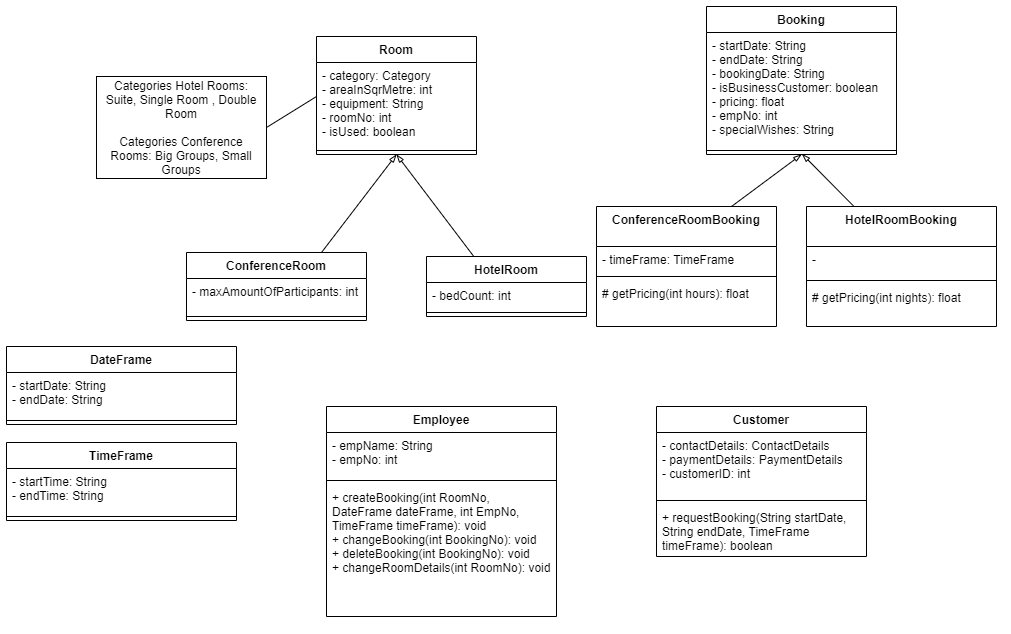
This is Meeting_Protocols/Projekt_Klassenübersicht.png from fh-erfurt/Businesshotel-Roommanager, a draw.io export, as it was before one commit. Source tidied: cells renumbered, new cells last; positions are measured from the earlier drawing's top-left corner, leaving out a move shared by most shapes.
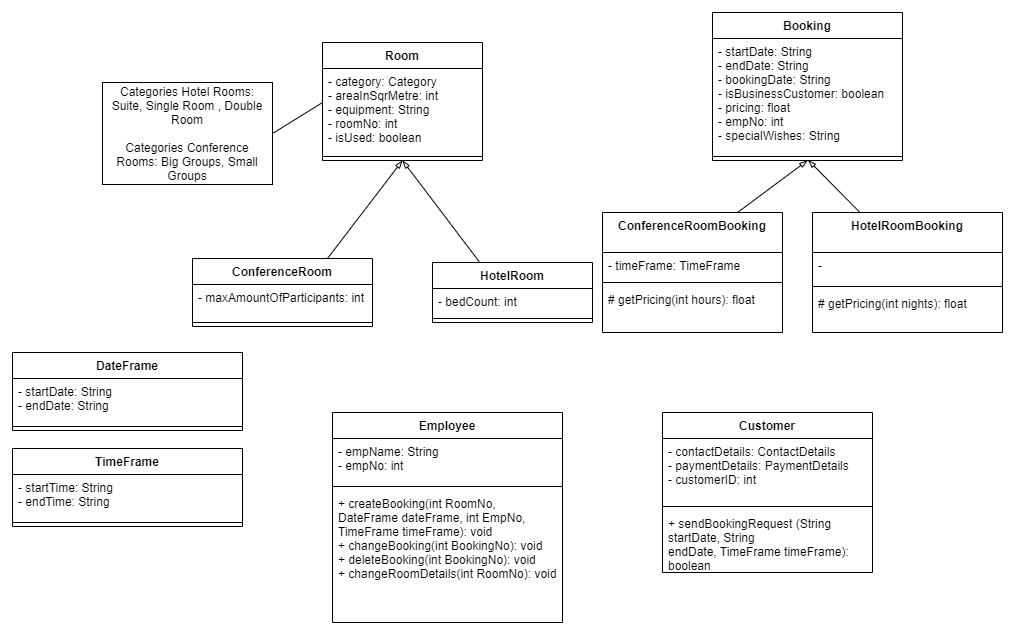
The same file after the commit.

Change to the diagram source:
```diff
@@ -45,7 +45,7 @@
       <mxGeometry y="140" width="190" height="8" as="geometry" />
     </mxCell>
     <mxCell id="16" value="Customer" style="swimlane;fontStyle=1;align=center;verticalAlign=top;horizontal=1;startSize=26;" parent="1" vertex="1">
-      <mxGeometry x="650" y="400" width="210" height="150" as="geometry" />
+      <mxGeometry x="650" y="400" width="210" height="160" as="geometry" />
     </mxCell>
     <mxCell id="17" value="- contactDetails: ContactDetails&#10;- paymentDetails: PaymentDetails&#10;- customerID: int" style="text;strokeColor=none;fillColor=none;align=left;verticalAlign=top;spacingLeft=4;spacingRight=4;overflow=hidden;" parent="16" vertex="1">
       <mxGeometry y="26" width="210" height="64" as="geometry" />
@@ -53,8 +53,8 @@
     <mxCell id="18" style="line;strokeWidth=1;fillColor=none;align=left;verticalAlign=middle;spacingTop=-1;spacingLeft=3;spacingRight=3;labelPosition=right;" parent="16" vertex="1">
       <mxGeometry y="90" width="210" height="8" as="geometry" />
     </mxCell>
-    <mxCell id="19" value="+ requestBooking(String startDate, String endDate, TimeFrame timeFrame): boolean" style="text;strokeColor=none;fillColor=none;align=left;verticalAlign=top;spacingLeft=4;spacingRight=4;overflow=hidden;whiteSpace=wrap;" parent="16" vertex="1">
-      <mxGeometry y="98" width="210" height="52" as="geometry" />
+    <mxCell id="19" value="+ sendBookingRequest (String startDate, String endDate, TimeFrame timeFrame): boolean" style="text;strokeColor=none;fillColor=none;align=left;verticalAlign=top;spacingLeft=4;spacingRight=4;overflow=hidden;whiteSpace=wrap;" parent="16" vertex="1">
+      <mxGeometry y="98" width="210" height="62" as="geometry" />
     </mxCell>
     <mxCell id="20" value="ConferenceRoom" style="swimlane;fontStyle=1;align=center;verticalAlign=top;horizontal=1;startSize=26;" parent="1" vertex="1">
       <mxGeometry x="180" y="246" width="180" height="68" as="geometry" />
```
